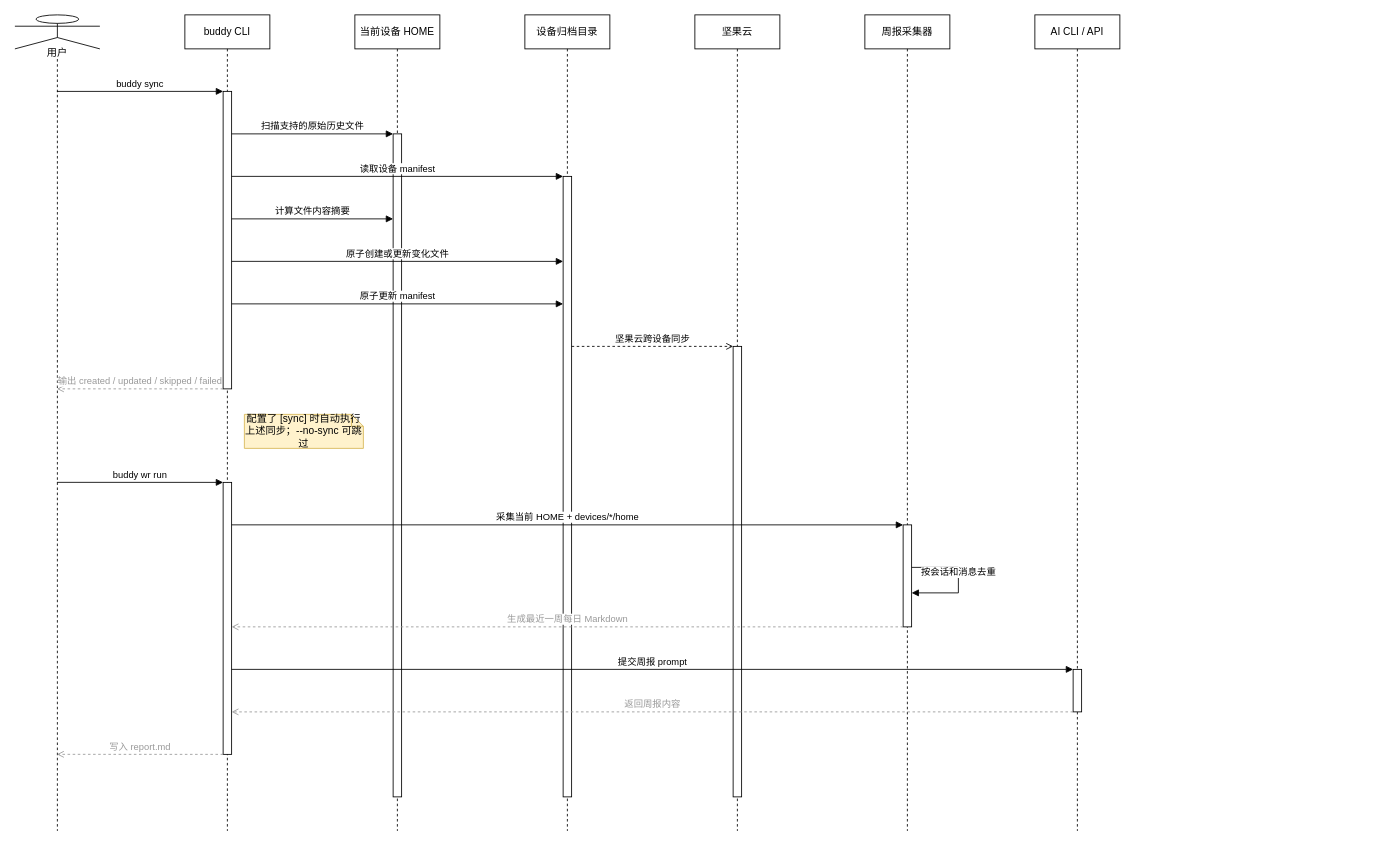
Earlier version of the draw.io diagram docs/buddy-sync-sequence.drawio (Zhaoyilunnn/guarded-buddy). Source tidied: cells renumbered, new cells numbered last; positions are measured from the earlier drawing's top-left corner, leaving out a move shared by most shapes. Both pictures are drawn from the tidied source at 85%, with x=0, y=0 at pixel (14, 14).
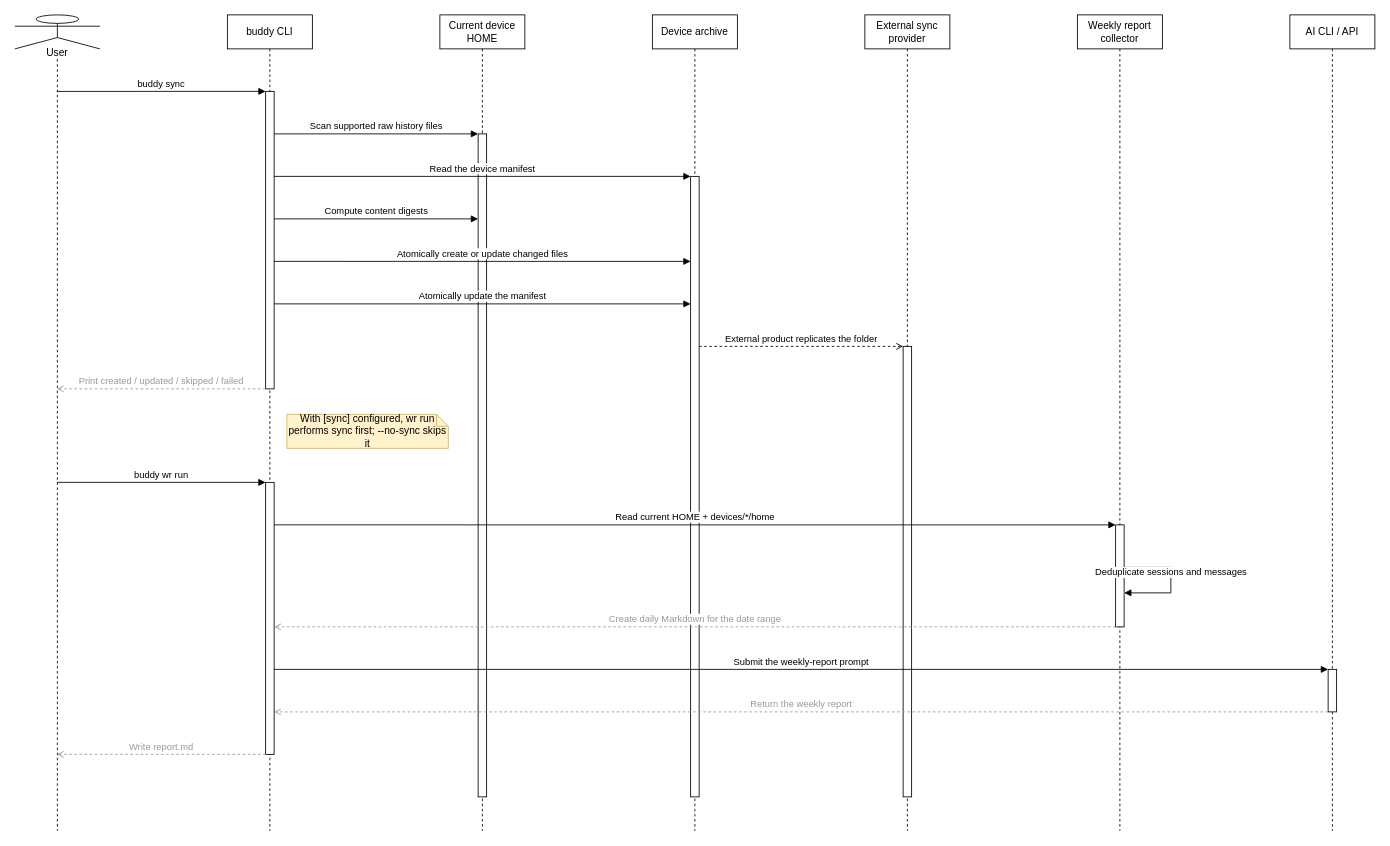
Above is the later version.

The change refers to these unchanged cells:
```xml
<mxCell id="9" style="html=1;points=[];perimeter=orthogonalPerimeter;outlineConnect=0;fillColor=#ffffff;" parent="3" vertex="1">
  <mxGeometry x="45" y="90" width="10" height="350" as="geometry" />
</mxCell>
<mxCell id="10" style="html=1;points=[];perimeter=orthogonalPerimeter;outlineConnect=0;fillColor=#ffffff;" parent="7" vertex="1">
  <mxGeometry x="45" y="600" width="10" height="120" as="geometry" />
</mxCell>
<mxCell id="11" style="html=1;points=[];perimeter=orthogonalPerimeter;outlineConnect=0;fillColor=#ffffff;" parent="8" vertex="1">
  <mxGeometry x="45" y="770" width="10" height="50" as="geometry" />
</mxCell>
<mxCell id="12" style="html=1;points=[];perimeter=orthogonalPerimeter;outlineConnect=0;fillColor=#ffffff;" parent="3" vertex="1">
  <mxGeometry x="45" y="550" width="10" height="320" as="geometry" />
</mxCell>
<mxCell id="13" style="html=1;points=[];perimeter=orthogonalPerimeter;outlineConnect=0;fillColor=#ffffff;" parent="4" vertex="1">
  <mxGeometry x="45" y="140" width="10" height="780" as="geometry" />
</mxCell>
<mxCell id="14" style="html=1;points=[];perimeter=orthogonalPerimeter;outlineConnect=0;fillColor=#ffffff;" parent="5" vertex="1">
  <mxGeometry x="45" y="190" width="10" height="730" as="geometry" />
</mxCell>
```

What changed in the source:
```diff
@@
-    <mxCell id="2" value="用户" style="shape=umlLifeline;perimeter=lifelinePerimeter;whiteSpace=wrap;html=1;outlineConnect=0;portConstraint=eastwest;size=40;participant=umlActor;verticalAlign=bottom;spacingBottom=-14;labelBackgroundColor=#ffffff;" parent="1" vertex="1">
+    <mxCell id="2" value="User" style="shape=umlLifeline;perimeter=lifelinePerimeter;whiteSpace=wrap;html=1;outlineConnect=0;portConstraint=eastwest;size=40;participant=umlActor;verticalAlign=bottom;spacingBottom=-14;labelBackgroundColor=#ffffff;" parent="1" vertex="1">
       <mxGeometry width="100" height="960" as="geometry" />
     </mxCell>
     <mxCell id="3" value="buddy CLI" style="shape=umlLifeline;perimeter=lifelinePerimeter;whiteSpace=wrap;html=1;size=40;" parent="1" vertex="1">
-      <mxGeometry x="200" width="100" height="960" as="geometry" />
+      <mxGeometry x="250" width="100" height="960" as="geometry" />
     </mxCell>
-    <mxCell id="4" value="当前设备 HOME" style="shape=umlLifeline;perimeter=lifelinePerimeter;whiteSpace=wrap;html=1;size=40;" parent="1" vertex="1">
-      <mxGeometry x="400" width="100" height="960" as="geometry" />
+    <mxCell id="4" value="Current device HOME" style="shape=umlLifeline;perimeter=lifelinePerimeter;whiteSpace=wrap;html=1;size=40;" parent="1" vertex="1">
+      <mxGeometry x="500" width="100" height="960" as="geometry" />
     </mxCell>
-    <mxCell id="5" value="设备归档目录" style="shape=umlLifeline;perimeter=lifelinePerimeter;whiteSpace=wrap;html=1;size=40;" parent="1" vertex="1">
-      <mxGeometry x="600" width="100" height="960" as="geometry" />
+    <mxCell id="5" value="Device archive" style="shape=umlLifeline;perimeter=lifelinePerimeter;whiteSpace=wrap;html=1;size=40;" parent="1" vertex="1">
+      <mxGeometry x="750" width="100" height="960" as="geometry" />
     </mxCell>
-    <mxCell id="6" value="坚果云" style="shape=umlLifeline;perimeter=lifelinePerimeter;whiteSpace=wrap;html=1;size=40;" parent="1" vertex="1">
-      <mxGeometry x="800" width="100" height="960" as="geometry" />
-    </mxCell>
+    <mxCell id="32" value="External sync provider" style="shape=umlLifeline;perimeter=lifelinePerimeter;whiteSpace=wrap;html=1;size=40;" parent="1" vertex="1">
+      <mxGeometry x="1000" width="100" height="960" as="geometry" />
+    </mxCell>
-    <mxCell id="7" value="周报采集器" style="shape=umlLifeline;perimeter=lifelinePerimeter;whiteSpace=wrap;html=1;size=40;" parent="1" vertex="1">
-      <mxGeometry x="1000" width="100" height="960" as="geometry" />
+    <mxCell id="7" value="Weekly report collector" style="shape=umlLifeline;perimeter=lifelinePerimeter;whiteSpace=wrap;html=1;size=40;" parent="1" vertex="1">
+      <mxGeometry x="1250" width="100" height="960" as="geometry" />
     </mxCell>
     <mxCell id="8" value="AI CLI / API" style="shape=umlLifeline;perimeter=lifelinePerimeter;whiteSpace=wrap;html=1;size=40;" parent="1" vertex="1">
-      <mxGeometry x="1200" width="100" height="960" as="geometry" />
+      <mxGeometry x="1500" width="100" height="960" as="geometry" />
     </mxCell>
@@
-    <mxCell id="15" style="html=1;points=[];perimeter=orthogonalPerimeter;outlineConnect=0;fillColor=#ffffff;" parent="6" vertex="1">
+    <mxCell id="15" style="html=1;points=[];perimeter=orthogonalPerimeter;outlineConnect=0;fillColor=#ffffff;" parent="32" vertex="1">
       <mxGeometry x="45" y="390" width="10" height="530" as="geometry" />
     </mxCell>
@@
-    <mxCell id="17" value="扫描支持的原始历史文件" style="html=1;verticalAlign=bottom;endArrow=block;curved=0;rounded=0;exitX=1;exitY=0.1429;entryX=0;entryY=0.0;" parent="1" edge="1" source="9" target="13">
+    <mxCell id="17" value="Scan supported raw history files" style="html=1;verticalAlign=bottom;endArrow=block;curved=0;rounded=0;exitX=1;exitY=0.1429;entryX=0;entryY=0.0;" parent="1" edge="1" source="9" target="13">
       <mxGeometry relative="1" as="geometry" />
     </mxCell>
-    <mxCell id="18" value="读取设备 manifest" style="html=1;verticalAlign=bottom;endArrow=block;curved=0;rounded=0;exitX=1;exitY=0.2857;entryX=0;entryY=0.0;" parent="1" edge="1" source="9" target="14">
+    <mxCell id="18" value="Read the device manifest" style="html=1;verticalAlign=bottom;endArrow=block;curved=0;rounded=0;exitX=1;exitY=0.2857;entryX=0;entryY=0.0;" parent="1" edge="1" source="9" target="14">
       <mxGeometry relative="1" as="geometry" />
     </mxCell>
-    <mxCell id="19" value="计算文件内容摘要" style="html=1;verticalAlign=bottom;endArrow=block;curved=0;rounded=0;exitX=1;exitY=0.4286;entryX=0;entryY=0.1282;" parent="1" edge="1" source="9" target="13">
+    <mxCell id="19" value="Compute content digests" style="html=1;verticalAlign=bottom;endArrow=block;curved=0;rounded=0;exitX=1;exitY=0.4286;entryX=0;entryY=0.1282;" parent="1" edge="1" source="9" target="13">
       <mxGeometry relative="1" as="geometry" />
     </mxCell>
-    <mxCell id="20" value="原子创建或更新变化文件" style="html=1;verticalAlign=bottom;endArrow=block;curved=0;rounded=0;exitX=1;exitY=0.5714;entryX=0;entryY=0.137;" parent="1" edge="1" source="9" target="14">
+    <mxCell id="20" value="Atomically create or update changed files" style="html=1;verticalAlign=bottom;endArrow=block;curved=0;rounded=0;exitX=1;exitY=0.5714;entryX=0;entryY=0.137;" parent="1" edge="1" source="9" target="14">
       <mxGeometry relative="1" as="geometry" />
     </mxCell>
-    <mxCell id="21" value="原子更新 manifest" style="html=1;verticalAlign=bottom;endArrow=block;curved=0;rounded=0;exitX=1;exitY=0.7143;entryX=0;entryY=0.2055;" parent="1" edge="1" source="9" target="14">
+    <mxCell id="21" value="Atomically update the manifest" style="html=1;verticalAlign=bottom;endArrow=block;curved=0;rounded=0;exitX=1;exitY=0.7143;entryX=0;entryY=0.2055;" parent="1" edge="1" source="9" target="14">
       <mxGeometry relative="1" as="geometry" />
     </mxCell>
-    <mxCell id="22" value="坚果云跨设备同步" style="html=1;verticalAlign=bottom;endArrow=open;dashed=1;curved=0;rounded=0;exitX=1;exitY=0.274;entryX=0;entryY=0.0;" parent="1" edge="1" source="14" target="15">
+    <mxCell id="22" value="External product replicates the folder" style="html=1;verticalAlign=bottom;endArrow=open;dashed=1;curved=0;rounded=0;exitX=1;exitY=0.274;entryX=0;entryY=0.0;" parent="1" edge="1" source="14" target="15">
       <mxGeometry relative="1" as="geometry" />
     </mxCell>
-    <mxCell id="23" value="输出 created / updated / skipped / failed" style="html=1;verticalAlign=bottom;endArrow=open;dashed=1;curved=0;rounded=0;strokeColor=#999999;fontColor=#999999;exitX=0;exitY=1.0;entryX=0.5;entryY=0.4583;" parent="1" edge="1" source="9" target="2">
+    <mxCell id="23" value="Print created / updated / skipped / failed" style="html=1;verticalAlign=bottom;endArrow=open;dashed=1;curved=0;rounded=0;strokeColor=#999999;fontColor=#999999;exitX=0;exitY=1.0;entryX=0.5;entryY=0.4583;" parent="1" edge="1" source="9" target="2">
       <mxGeometry relative="1" as="geometry" />
     </mxCell>
-    <mxCell id="24" value="配置了 [sync] 时自动执行上述同步；--no-sync 可跳过" style="shape=note;whiteSpace=wrap;html=1;size=14;fillColor=#fff2cc;strokeColor=#d6b656;" parent="1" vertex="1">
-      <mxGeometry x="270" y="470" width="140" height="40" as="geometry" />
+    <mxCell id="24" value="With [sync] configured, wr run performs sync first; --no-sync skips it" style="shape=note;whiteSpace=wrap;html=1;size=14;fillColor=#fff2cc;strokeColor=#d6b656;" parent="1" vertex="1">
+      <mxGeometry x="320" y="470" width="190" height="40" as="geometry" />
     </mxCell>
@@
-    <mxCell id="26" value="采集当前 HOME + devices/*/home" style="html=1;verticalAlign=bottom;endArrow=block;curved=0;rounded=0;exitX=1;exitY=0.1562;entryX=0;entryY=0.0;" parent="1" edge="1" source="12" target="10">
+    <mxCell id="26" value="Read current HOME + devices/*/home" style="html=1;verticalAlign=bottom;endArrow=block;curved=0;rounded=0;exitX=1;exitY=0.1562;entryX=0;entryY=0.0;" parent="1" edge="1" source="12" target="10">
       <mxGeometry relative="1" as="geometry" />
     </mxCell>
-    <mxCell id="27" value="按会话和消息去重" style="html=1;verticalAlign=bottom;endArrow=block;curved=0;rounded=0;exitX=1;exitY=0.4167;entryX=1;entryY=0.6667;" parent="1" edge="1" source="10" target="10">
+    <mxCell id="27" value="Deduplicate sessions and messages" style="html=1;verticalAlign=bottom;endArrow=block;curved=0;rounded=0;exitX=1;exitY=0.4167;entryX=1;entryY=0.6667;" parent="1" edge="1" source="10" target="10">
       <mxGeometry relative="1" as="geometry">
         <Array as="points">
-          <mxPoint x="1110" y="650" />
-          <mxPoint x="1110" y="680" />
+          <mxPoint x="1360" y="650" />
+          <mxPoint x="1360" y="680" />
         </Array>
       </mxGeometry>
     </mxCell>
-    <mxCell id="28" value="生成最近一周每日 Markdown" style="html=1;verticalAlign=bottom;endArrow=open;dashed=1;curved=0;rounded=0;strokeColor=#999999;fontColor=#999999;exitX=0;exitY=1.0;entryX=1;entryY=0.5312;" parent="1" edge="1" source="10" target="12">
+    <mxCell id="28" value="Create daily Markdown for the date range" style="html=1;verticalAlign=bottom;endArrow=open;dashed=1;curved=0;rounded=0;strokeColor=#999999;fontColor=#999999;exitX=0;exitY=1.0;entryX=1;entryY=0.5312;" parent="1" edge="1" source="10" target="12">
       <mxGeometry relative="1" as="geometry" />
     </mxCell>
-    <mxCell id="29" value="提交周报 prompt" style="html=1;verticalAlign=bottom;endArrow=block;curved=0;rounded=0;exitX=1;exitY=0.6875;entryX=0;entryY=0.0;" parent="1" edge="1" source="12" target="11">
+    <mxCell id="29" value="Submit the weekly-report prompt" style="html=1;verticalAlign=bottom;endArrow=block;curved=0;rounded=0;exitX=1;exitY=0.6875;entryX=0;entryY=0.0;" parent="1" edge="1" source="12" target="11">
       <mxGeometry relative="1" as="geometry" />
     </mxCell>
-    <mxCell id="30" value="返回周报内容" style="html=1;verticalAlign=bottom;endArrow=open;dashed=1;curved=0;rounded=0;strokeColor=#999999;fontColor=#999999;exitX=0;exitY=1.0;entryX=1;entryY=0.8438;" parent="1" edge="1" source="11" target="12">
+    <mxCell id="30" value="Return the weekly report" style="html=1;verticalAlign=bottom;endArrow=open;dashed=1;curved=0;rounded=0;strokeColor=#999999;fontColor=#999999;exitX=0;exitY=1.0;entryX=1;entryY=0.8438;" parent="1" edge="1" source="11" target="12">
       <mxGeometry relative="1" as="geometry" />
     </mxCell>
-    <mxCell id="31" value="写入 report.md" style="html=1;verticalAlign=bottom;endArrow=open;dashed=1;curved=0;rounded=0;strokeColor=#999999;fontColor=#999999;exitX=0;exitY=1.0;entryX=0.5;entryY=0.9062;" parent="1" edge="1" source="12" target="2">
+    <mxCell id="31" value="Write report.md" style="html=1;verticalAlign=bottom;endArrow=open;dashed=1;curved=0;rounded=0;strokeColor=#999999;fontColor=#999999;exitX=0;exitY=1.0;entryX=0.5;entryY=0.9062;" parent="1" edge="1" source="12" target="2">
       <mxGeometry relative="1" as="geometry" />
     </mxCell>
```
